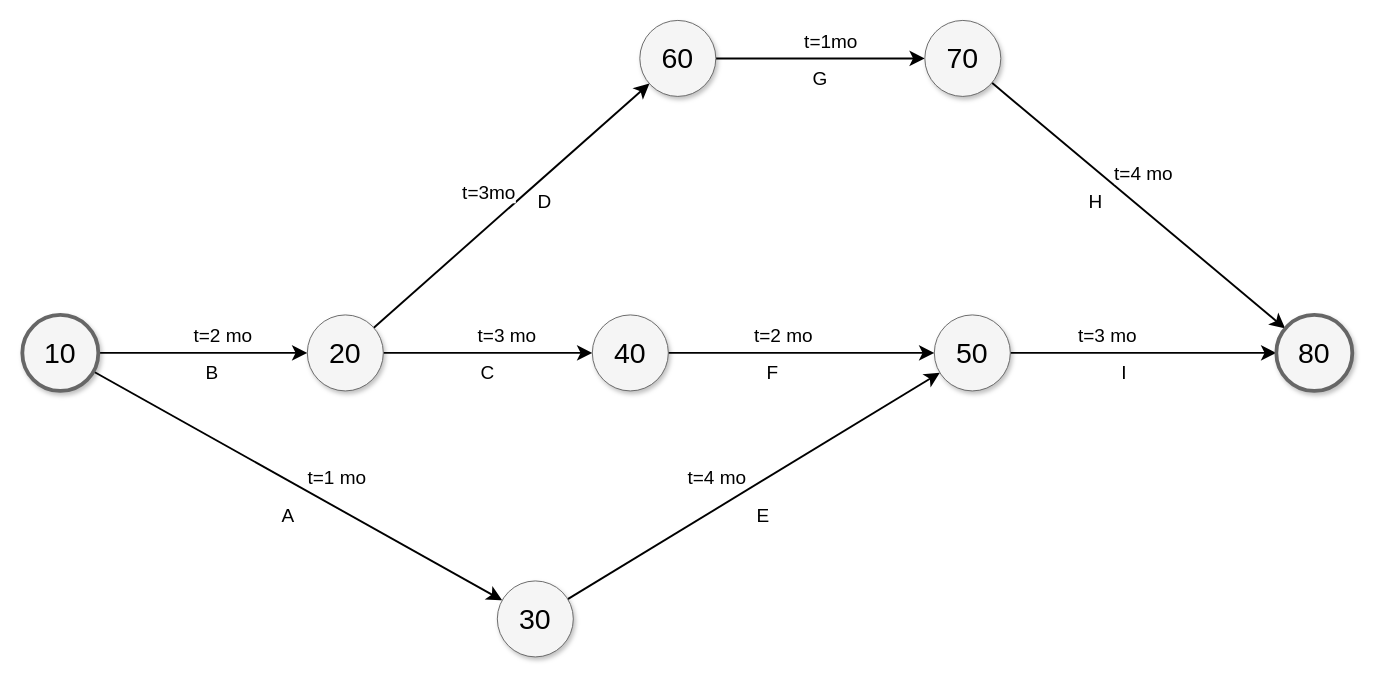
This is Untitled Diagram.drawio from Bana-man/TubesTBFO, a draw.io file, before an edit. Source tidied: cells renumbered, new cells numbered last; positions are measured from the earlier drawing's top-left corner, leaving out a move shared by most shapes. Both pictures are drawn from the tidied source at 95%, with x=0, y=0 at pixel (22, 20).
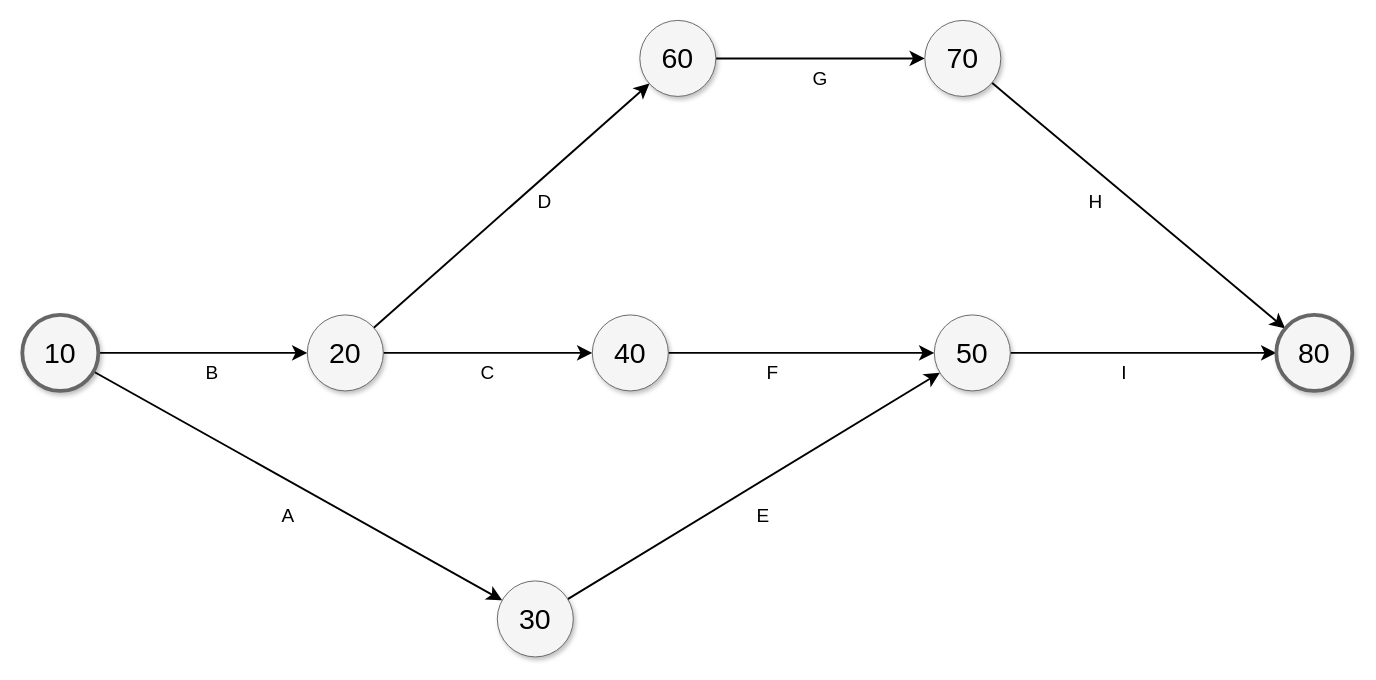
Above is the later version.

The change refers to these unchanged cells:
```xml
<mxCell id="2" style="edgeStyle=none;curved=1;html=1;startSize=10;endArrow=classic;endFill=1;endSize=10;strokeColor=#000000;strokeWidth=2;fontSize=12;" parent="1" edge="1" source="6" target="11">
  <mxGeometry relative="1" as="geometry" />
</mxCell>
<mxCell id="4" style="edgeStyle=none;curved=1;html=1;startSize=10;endFill=1;endSize=10;strokeWidth=2;fontSize=12;" parent="1" edge="1" source="6" target="14">
  <mxGeometry relative="1" as="geometry" />
</mxCell>
<mxCell id="7" style="edgeStyle=none;curved=1;html=1;startSize=10;endFill=1;endSize=10;strokeWidth=2;fontSize=12;" parent="1" edge="1" source="11" target="23">
  <mxGeometry relative="1" as="geometry" />
</mxCell>
<mxCell id="9" style="edgeStyle=none;curved=1;html=1;startSize=10;endFill=1;endSize=10;strokeWidth=2;fontSize=12;" parent="1" edge="1" source="11" target="20">
  <mxGeometry relative="1" as="geometry" />
</mxCell>
<mxCell id="12" style="edgeStyle=none;curved=1;html=1;startSize=10;endFill=1;endSize=10;strokeWidth=2;fontSize=12;" parent="1" edge="1" source="14" target="17">
  <mxGeometry relative="1" as="geometry" />
</mxCell>
<mxCell id="15" style="edgeStyle=none;curved=1;html=1;startSize=10;endFill=1;endSize=10;strokeWidth=2;fontSize=12;" parent="1" edge="1" source="17" target="27">
  <mxGeometry relative="1" as="geometry" />
</mxCell>
<mxCell id="18" style="edgeStyle=none;curved=1;html=1;startSize=10;endFill=1;endSize=10;strokeWidth=2;fontSize=12;" parent="1" edge="1" source="20" target="26">
  <mxGeometry relative="1" as="geometry" />
</mxCell>
<mxCell id="21" style="edgeStyle=none;curved=1;html=1;startSize=10;endFill=1;endSize=10;strokeWidth=2;fontSize=12;" parent="1" edge="1" source="23" target="17">
  <mxGeometry relative="1" as="geometry" />
</mxCell>
<mxCell id="24" style="edgeStyle=none;curved=1;html=1;startSize=10;endFill=1;endSize=10;strokeWidth=2;fontSize=12;" parent="1" edge="1" source="26" target="27">
  <mxGeometry relative="1" as="geometry" />
</mxCell>
```

What changed in the source:
```diff
@@
-    <mxCell id="3" value="t=2 mo" style="text;html=1;align=center;verticalAlign=middle;labelBackgroundColor=none;fontSize=20;" parent="2" vertex="1">
-      <mxGeometry x="0.25" y="-5" relative="1" as="geometry">
-        <mxPoint x="-8" y="-25" as="offset" />
-      </mxGeometry>
-    </mxCell>
@@
-    <mxCell id="5" value="t=1 mo" style="text;html=1;align=center;verticalAlign=middle;labelBackgroundColor=#ffffff;fontSize=20;" parent="4" vertex="1">
-      <mxGeometry x="-0.07" y="-2" relative="1" as="geometry">
-        <mxPoint x="57" y="-3" as="offset" />
-      </mxGeometry>
-    </mxCell>
@@
-    <mxCell id="8" value="t=3 mo" style="text;html=1;align=center;verticalAlign=middle;labelBackgroundColor=#ffffff;fontSize=20;" parent="7" vertex="1">
-      <mxGeometry x="0.15" relative="1" as="geometry">
-        <mxPoint x="3" y="-20" as="offset" />
-      </mxGeometry>
-    </mxCell>
@@
-    <mxCell id="10" value="t=3mo" style="text;html=1;align=center;verticalAlign=middle;labelBackgroundColor=#ffffff;fontSize=20;" parent="9" vertex="1">
-      <mxGeometry x="0.17" y="-3" relative="1" as="geometry">
-        <mxPoint x="-51" y="4" as="offset" />
-      </mxGeometry>
-    </mxCell>
@@
-    <mxCell id="13" value="t=4 mo" style="text;html=1;align=center;verticalAlign=middle;labelBackgroundColor=#ffffff;fontSize=20;" parent="12" vertex="1">
-      <mxGeometry x="-0.13" y="-6" relative="1" as="geometry">
-        <mxPoint x="-17" y="-31" as="offset" />
-      </mxGeometry>
-    </mxCell>
@@
-    <mxCell id="16" value="t=3 mo" style="text;html=1;align=center;verticalAlign=middle;labelBackgroundColor=#ffffff;fontSize=20;" parent="15" vertex="1">
-      <mxGeometry x="-0.41" y="-1" relative="1" as="geometry">
-        <mxPoint x="18" y="-21" as="offset" />
-      </mxGeometry>
-    </mxCell>
@@
-    <mxCell id="19" value="t=1mo" style="text;html=1;align=center;verticalAlign=middle;labelBackgroundColor=#ffffff;fontSize=20;" parent="18" vertex="1">
-      <mxGeometry x="-0.07" y="-5" relative="1" as="geometry">
-        <mxPoint x="18" y="-25" as="offset" />
-      </mxGeometry>
-    </mxCell>
@@
-    <mxCell id="22" value="t=2 mo" style="text;html=1;align=center;verticalAlign=middle;labelBackgroundColor=#ffffff;fontSize=20;" parent="21" vertex="1">
-      <mxGeometry x="-0.35" y="-1" relative="1" as="geometry">
-        <mxPoint x="29" y="-21" as="offset" />
-      </mxGeometry>
-    </mxCell>
@@
-    <mxCell id="25" value="t=4 mo" style="text;html=1;align=center;verticalAlign=middle;labelBackgroundColor=#ffffff;fontSize=20;" parent="24" vertex="1">
-      <mxGeometry x="-0.27" y="2" relative="1" as="geometry">
-        <mxPoint x="45" y="1" as="offset" />
-      </mxGeometry>
-    </mxCell>
```
